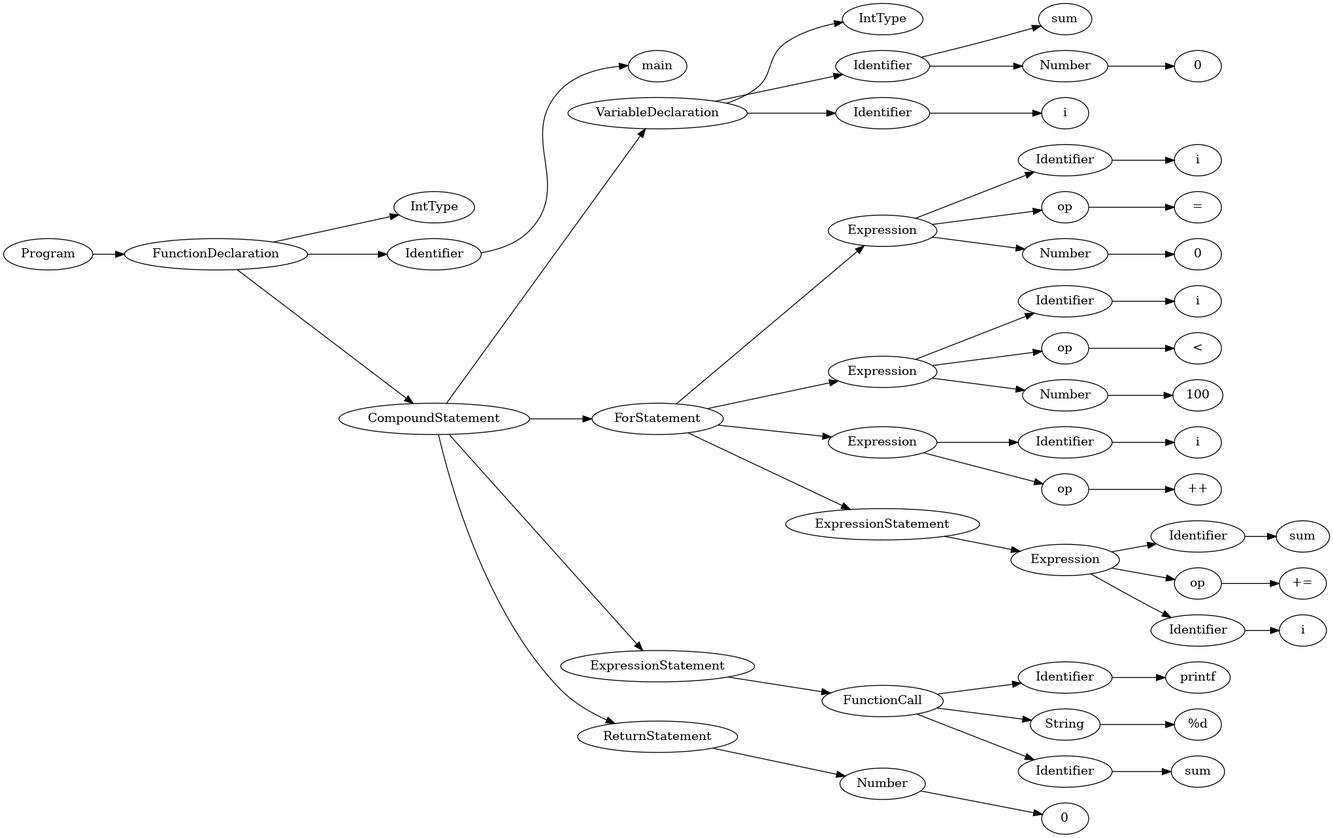
The Graphviz diagram src/tmp/ast.dot.png in Esifiel/compiler, before a commit. Its source is kept beside it as src/tmp/ast.dot.
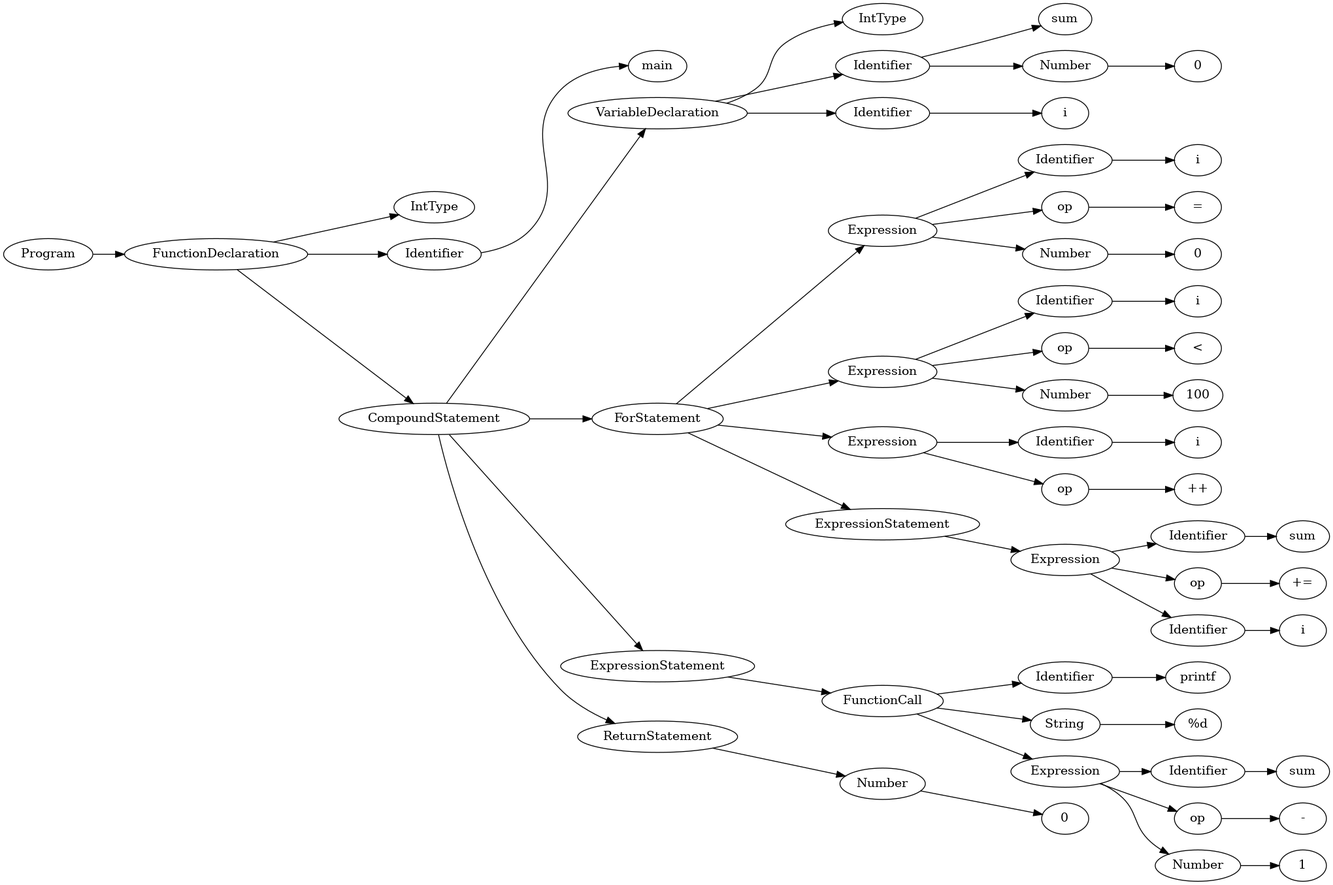
Later version of the same file.

The edit, as a diff of the source:
```diff
@@ -98,14 +98,24 @@
 "]
 	String -> "%d
 "
-	Identifier48 [label=Identifier]
-	FunctionCall -> Identifier48
-	sum49 [label=sum]
-	Identifier48 -> sum49
+	Expression48 [label=Expression]
+	FunctionCall -> Expression48
+	Identifier49 [label=Identifier]
+	Expression48 -> Identifier49
+	sum50 [label=sum]
+	Identifier49 -> sum50
+	op51 [label=op]
+	Expression48 -> op51
+	"-" [label="-"]
+	op51 -> "-"
+	Number53 [label=Number]
+	Expression48 -> Number53
+	1 [label=1]
+	Number53 -> 1
 	ReturnStatement [label=ReturnStatement]
 	CompoundStatement -> ReturnStatement
-	Number51 [label=Number]
-	ReturnStatement -> Number51
-	052 [label=0]
-	Number51 -> 052
+	Number56 [label=Number]
+	ReturnStatement -> Number56
+	057 [label=0]
+	Number56 -> 057
 }
```
